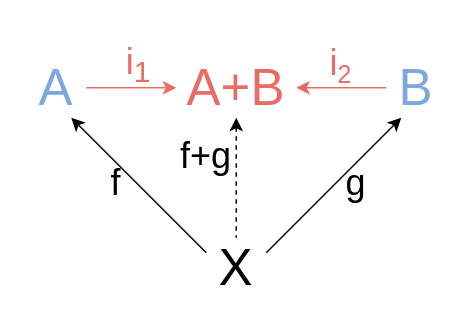
Before: page "coproduct" (8 of 8) of Untitled Diagram.drawio in rprtr258/rprtr258.github.io, a draw.io diagram. Source tidied: cells renumbered, new cells numbered last; positions are measured from the earlier drawing's top-left corner, leaving out a move shared by most shapes. Both pictures are drawn from the tidied source at 150%, with x=0, y=0 at pixel (26, 42).
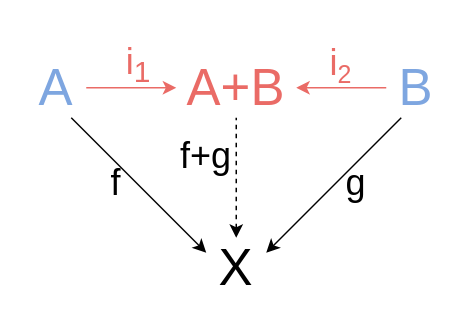
The same page after the edit.

What changed in the source:
```diff
@@
 <mxGraphModel>
   <root>
     <mxCell id="0" />
     <mxCell id="1" parent="0" />
     <mxCell id="2" style="edgeStyle=orthogonalEdgeStyle;rounded=0;jettySize=auto;html=1;exitX=1;exitY=0.5;exitDx=0;exitDy=0;entryX=0;entryY=0.5;entryDx=0;entryDy=0;fontSize=34;strokeColor=#EA6B66;fontColor=#EA6B66;" parent="1" edge="1" source="4" target="6">
       <mxGeometry relative="1" as="geometry" />
     </mxCell>
-    <mxCell id="3" style="rounded=0;jettySize=auto;html=1;exitX=0.75;exitY=1;exitDx=0;exitDy=0;entryX=0;entryY=0.25;entryDx=0;entryDy=0;fontSize=34;endArrow=none;endFill=0;startArrow=classic;startFill=1;" parent="1" edge="1" source="4" target="7">
+    <mxCell id="3" style="rounded=0;jettySize=auto;html=1;entryX=0.75;entryY=1;entryDx=0;entryDy=0;fontSize=34;endArrow=none;endFill=0;startArrow=classic;startFill=1;exitX=0;exitY=0.25;exitDx=0;exitDy=0;" parent="1" edge="1" source="7" target="4">
       <mxGeometry relative="1" as="geometry" />
     </mxCell>
     <mxCell id="4" value="A" style="text;html=1;strokeColor=none;fillColor=none;align=center;verticalAlign=middle;whiteSpace=wrap;rounded=0;fontSize=34;fontColor=#7EA6E0;" parent="1" vertex="1">
       <mxGeometry y="10" width="40" height="40" as="geometry" />
     </mxCell>
-    <mxCell id="5" style="edgeStyle=orthogonalEdgeStyle;rounded=0;jettySize=auto;html=1;exitX=0.5;exitY=1;exitDx=0;exitDy=0;entryX=0.5;entryY=0;entryDx=0;entryDy=0;fontSize=34;endArrow=none;endFill=0;startArrow=classic;startFill=1;dashed=1;" parent="1" edge="1" source="6" target="7">
+    <mxCell id="5" style="edgeStyle=orthogonalEdgeStyle;rounded=0;jettySize=auto;html=1;entryX=0.5;entryY=1;entryDx=0;entryDy=0;fontSize=34;endArrow=none;endFill=0;startArrow=classic;startFill=1;dashed=1;exitX=0.5;exitY=0;exitDx=0;exitDy=0;" parent="1" edge="1" source="7" target="6">
       <mxGeometry relative="1" as="geometry" />
     </mxCell>
     <mxCell id="6" value="A+B" style="text;html=1;strokeColor=none;fillColor=none;align=center;verticalAlign=middle;whiteSpace=wrap;rounded=0;fontSize=34;fontColor=#EA6B66;" parent="1" vertex="1">
       <mxGeometry x="100" y="10" width="80" height="40" as="geometry" />
     </mxCell>
     <mxCell id="7" value="X" style="text;html=1;strokeColor=none;fillColor=none;align=center;verticalAlign=middle;whiteSpace=wrap;rounded=0;fontSize=34;" parent="1" vertex="1">
       <mxGeometry x="120" y="130" width="40" height="40" as="geometry" />
     </mxCell>
     <mxCell id="8" value="&lt;font style=&quot;font-size: 24px&quot;&gt;i&lt;sub&gt;1&lt;/sub&gt;&lt;/font&gt;" style="text;html=1;strokeColor=none;fillColor=none;align=center;verticalAlign=middle;whiteSpace=wrap;rounded=0;fontSize=34;fontColor=#EA6B66;" parent="1" vertex="1">
       <mxGeometry x="55" width="40" height="20" as="geometry" />
     </mxCell>
     <mxCell id="9" value="&lt;font style=&quot;font-size: 24px&quot;&gt;g&lt;/font&gt;" style="text;html=1;strokeColor=none;fillColor=none;align=center;verticalAlign=middle;whiteSpace=wrap;rounded=0;fontSize=34;" parent="1" vertex="1">
       <mxGeometry x="200" y="80" width="40" height="20" as="geometry" />
     </mxCell>
     <mxCell id="10" value="&lt;span style=&quot;font-size: 24px&quot;&gt;f&lt;/span&gt;" style="text;html=1;strokeColor=none;fillColor=none;align=center;verticalAlign=middle;whiteSpace=wrap;rounded=0;fontSize=34;" parent="1" vertex="1">
       <mxGeometry x="35" y="80" width="50" height="20" as="geometry" />
     </mxCell>
-    <mxCell id="11" style="edgeStyle=none;rounded=0;jettySize=auto;html=1;exitX=1;exitY=0.75;exitDx=0;exitDy=0;entryX=1;entryY=0.25;entryDx=0;entryDy=0;fontSize=34;endArrow=none;endFill=0;startArrow=classic;startFill=1;" parent="1" edge="1" source="12" target="7">
+    <mxCell id="11" style="edgeStyle=none;rounded=0;jettySize=auto;html=1;exitX=1;exitY=0.25;exitDx=0;exitDy=0;fontSize=34;endArrow=none;endFill=0;startArrow=classic;startFill=1;entryX=1;entryY=0.75;entryDx=0;entryDy=0;" parent="1" edge="1" source="7" target="12">
       <mxGeometry relative="1" as="geometry" />
     </mxCell>
     <mxCell id="12" value="B" style="text;html=1;strokeColor=none;fillColor=none;align=center;verticalAlign=middle;whiteSpace=wrap;rounded=0;fontSize=34;direction=south;fontColor=#7EA6E0;" parent="1" vertex="1">
       <mxGeometry x="240" y="10" width="40" height="40" as="geometry" />
     </mxCell>
     <mxCell id="13" style="edgeStyle=orthogonalEdgeStyle;rounded=0;jettySize=auto;html=1;exitX=0.5;exitY=1;exitDx=0;exitDy=0;entryX=1;entryY=0.5;entryDx=0;entryDy=0;fontSize=34;strokeColor=#EA6B66;fontColor=#EA6B66;" parent="1" edge="1" source="12" target="6">
       <mxGeometry relative="1" as="geometry" />
     </mxCell>
     <mxCell id="14" value="&lt;font style=&quot;font-size: 24px&quot;&gt;i&lt;/font&gt;&lt;font style=&quot;font-size: 20px&quot;&gt;&lt;sub&gt;2&lt;/sub&gt;&lt;/font&gt;" style="text;html=1;strokeColor=none;fillColor=none;align=center;verticalAlign=middle;whiteSpace=wrap;rounded=0;fontSize=34;fontColor=#EA6B66;" parent="1" vertex="1">
       <mxGeometry x="190" width="40" height="20" as="geometry" />
     </mxCell>
     <mxCell id="15" value="&lt;span style=&quot;font-size: 24px&quot;&gt;f+g&lt;/span&gt;" style="text;html=1;strokeColor=none;fillColor=none;align=center;verticalAlign=middle;whiteSpace=wrap;rounded=0;fontSize=34;" parent="1" vertex="1">
       <mxGeometry x="95" y="62" width="50" height="20" as="geometry" />
     </mxCell>
   </root>
 </mxGraphModel>
```
